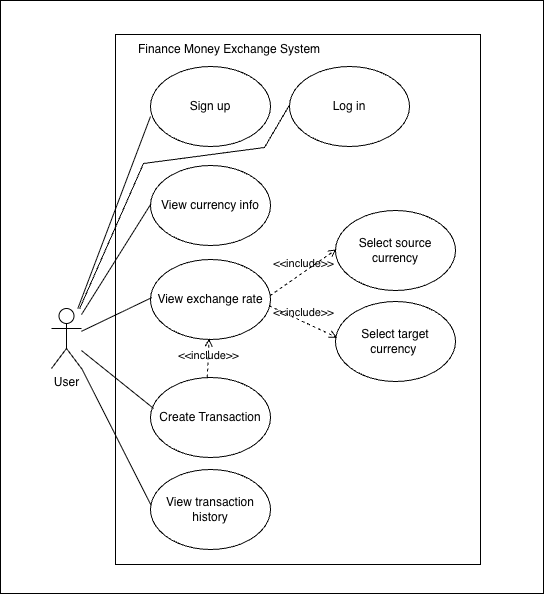
Earlier version of the draw.io export W5/W5Act1/W5Act1.drawio.png (eirikrbe/MSE800-PSD). Source tidied: cells renumbered, new cells last; positions are measured from the earlier drawing's top-left corner, leaving out a move shared by most shapes.
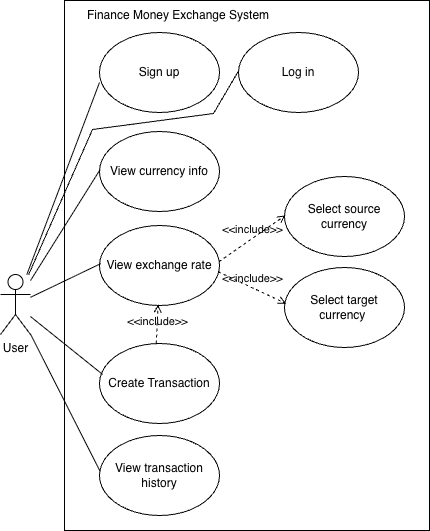
Later version of the same file.

Change to the diagram source:
```diff
@@ -2,9 +2,6 @@
   <root>
     <mxCell id="0" />
     <mxCell id="1" parent="0" />
-    <mxCell id="2" style="rounded=0;whiteSpace=wrap;html=1;" parent="1" vertex="1">
-      <mxGeometry width="543" height="593" as="geometry" />
-    </mxCell>
     <mxCell id="3" style="rounded=0;whiteSpace=wrap;html=1;" parent="1" vertex="1">
       <mxGeometry x="115" y="34" width="365" height="530" as="geometry" />
     </mxCell>
```
